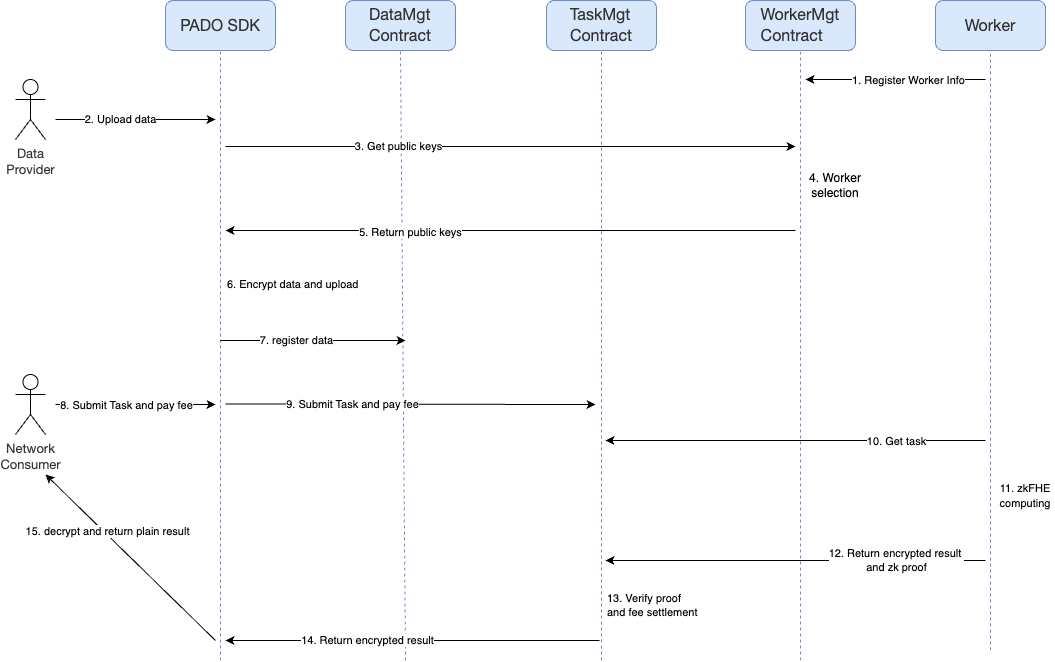
The draw.io diagram images/contracts-multiple-publickey.png in primus-labs/zkFHE-Network-Docs, before a commit. Source tidied: cells renumbered, new cells last; positions are measured from the earlier drawing's top-left corner, leaving out a move shared by most shapes.
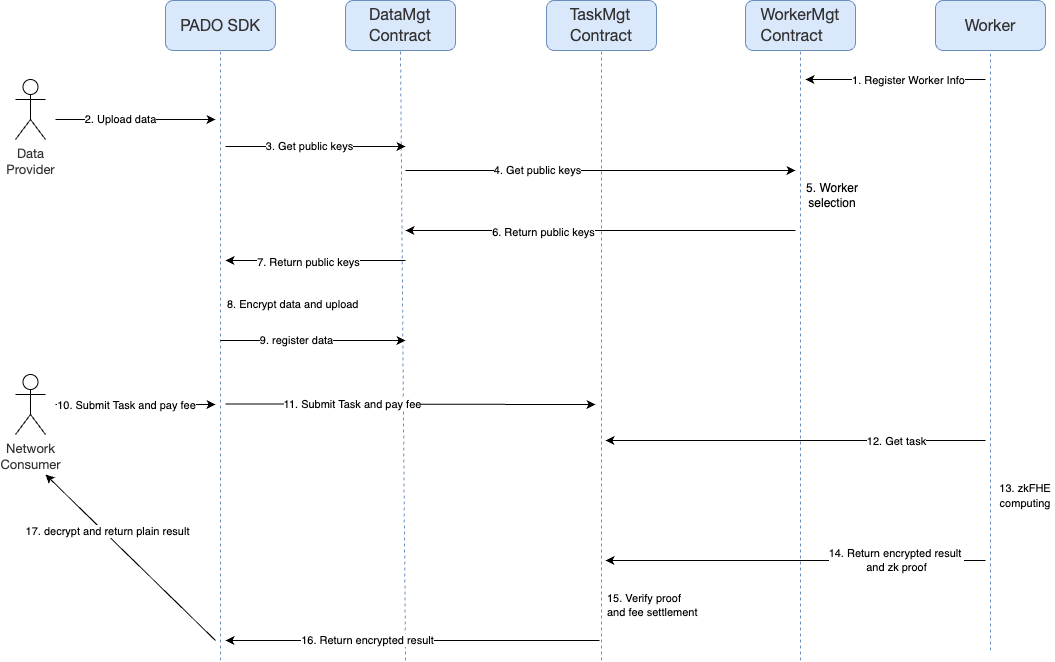
The same diagram one commit later.

Commit message:
update contract multiple publickey process

Change to the diagram source:
```diff
@@ -43,7 +43,7 @@
     <mxCell id="11" style="endArrow=classic;html=1;rounded=0;" parent="1" edge="1">
       <mxGeometry relative="1" as="geometry">
         <mxPoint x="210" y="146" as="sourcePoint" />
-        <mxPoint x="780" y="146" as="targetPoint" />
+        <mxPoint x="390" y="146" as="targetPoint" />
       </mxGeometry>
     </mxCell>
     <mxCell id="12" value="3. Get public keys" style="edgeLabel;html=1;align=center;verticalAlign=middle;" parent="11" vertex="1">
@@ -51,16 +51,16 @@
         <mxPoint x="42" as="offset" />
       </mxGeometry>
     </mxCell>
-    <mxCell id="13" value="4.&amp;nbsp;Worker selection" style="text;html=1;align=center;verticalAlign=middle;whiteSpace=wrap;rounded=0;" parent="1" vertex="1">
-      <mxGeometry x="790" y="170" width="60" height="30" as="geometry" />
+    <mxCell id="13" value="5.&amp;nbsp;Worker selection" style="text;html=1;align=center;verticalAlign=middle;whiteSpace=wrap;rounded=0;" parent="1" vertex="1">
+      <mxGeometry x="787" y="180" width="60" height="30" as="geometry" />
     </mxCell>
     <mxCell id="14" style="endArrow=classic;html=1;rounded=0;" parent="1" edge="1">
       <mxGeometry relative="1" as="geometry">
         <mxPoint x="780" y="230" as="sourcePoint" />
-        <mxPoint x="210" y="230" as="targetPoint" />
+        <mxPoint x="390" y="230" as="targetPoint" />
       </mxGeometry>
     </mxCell>
-    <mxCell id="15" value="5. Return public keys" style="edgeLabel;html=1;align=center;verticalAlign=middle;" parent="14" vertex="1">
+    <mxCell id="15" value="6. Return public keys" style="edgeLabel;html=1;align=center;verticalAlign=middle;" parent="14" vertex="1">
       <mxGeometry x="0.48" y="1" relative="1" as="geometry">
         <mxPoint x="35" as="offset" />
       </mxGeometry>
@@ -85,7 +85,7 @@
         <mxPoint x="200" y="404" as="targetPoint" />
       </mxGeometry>
     </mxCell>
-    <mxCell id="20" value="8. Submit Task and pay fee" style="edgeLabel;html=1;align=center;verticalAlign=middle;" parent="19" vertex="1">
+    <mxCell id="20" value="10. Submit Task and pay fee" style="edgeLabel;html=1;align=center;verticalAlign=middle;" parent="19" vertex="1">
       <mxGeometry x="-0.68" y="3" relative="1" as="geometry">
         <mxPoint x="44" y="3" as="offset" />
       </mxGeometry>
@@ -96,7 +96,7 @@
         <mxPoint x="580" y="404" as="targetPoint" />
       </mxGeometry>
     </mxCell>
-    <mxCell id="22" value="9. Submit Task and pay fee" style="edgeLabel;html=1;align=center;verticalAlign=middle;" parent="21" vertex="1">
+    <mxCell id="22" value="11. Submit Task and pay fee" style="edgeLabel;html=1;align=center;verticalAlign=middle;" parent="21" vertex="1">
       <mxGeometry x="-0.68" y="3" relative="1" as="geometry">
         <mxPoint x="66" y="3" as="offset" />
       </mxGeometry>
@@ -107,12 +107,12 @@
         <mxPoint x="590" y="440" as="targetPoint" />
       </mxGeometry>
     </mxCell>
-    <mxCell id="24" value="10. Get task" style="edgeLabel;html=1;align=center;verticalAlign=middle;" parent="23" vertex="1">
+    <mxCell id="24" value="12. Get task" style="edgeLabel;html=1;align=center;verticalAlign=middle;" parent="23" vertex="1">
       <mxGeometry x="0.51" relative="1" as="geometry">
         <mxPoint x="198" as="offset" />
       </mxGeometry>
     </mxCell>
-    <mxCell id="25" value="&lt;font style=&quot;font-size: 11px;&quot;&gt;11. zkFHE computing&lt;/font&gt;" style="text;html=1;align=center;verticalAlign=middle;whiteSpace=wrap;rounded=0;" parent="1" vertex="1">
+    <mxCell id="25" value="&lt;font style=&quot;font-size: 11px;&quot;&gt;13. zkFHE computing&lt;/font&gt;" style="text;html=1;align=center;verticalAlign=middle;whiteSpace=wrap;rounded=0;" parent="1" vertex="1">
       <mxGeometry x="980" y="480" width="60" height="30" as="geometry" />
     </mxCell>
     <mxCell id="26" style="endArrow=classic;html=1;rounded=0;" parent="1" edge="1">
@@ -121,7 +121,7 @@
         <mxPoint x="590" y="560" as="targetPoint" />
       </mxGeometry>
     </mxCell>
-    <mxCell id="27" value="12. Return encrypted result&amp;nbsp;&lt;div&gt;and zk proof&lt;/div&gt;" style="edgeLabel;html=1;align=center;verticalAlign=middle;" parent="26" vertex="1">
+    <mxCell id="27" value="14. Return encrypted result&amp;nbsp;&lt;div&gt;and zk proof&lt;/div&gt;" style="edgeLabel;html=1;align=center;verticalAlign=middle;" parent="26" vertex="1">
       <mxGeometry x="0.44" y="-1" relative="1" as="geometry">
         <mxPoint x="183" as="offset" />
       </mxGeometry>
@@ -132,7 +132,7 @@
         <mxPoint x="210" y="640" as="targetPoint" />
       </mxGeometry>
     </mxCell>
-    <mxCell id="29" value="14. Return encrypted result" style="edgeLabel;html=1;align=center;verticalAlign=middle;" parent="28" vertex="1">
+    <mxCell id="29" value="16. Return encrypted result" style="edgeLabel;html=1;align=center;verticalAlign=middle;" parent="28" vertex="1">
       <mxGeometry x="0.5" y="-1" relative="1" as="geometry">
         <mxPoint x="47" as="offset" />
       </mxGeometry>
@@ -143,12 +143,12 @@
         <mxPoint x="30" y="474" as="targetPoint" />
       </mxGeometry>
     </mxCell>
-    <mxCell id="31" value="15. decrypt and return plain result" style="edgeLabel;html=1;align=center;verticalAlign=middle;" parent="30" vertex="1">
+    <mxCell id="31" value="17. decrypt and return plain result" style="edgeLabel;html=1;align=center;verticalAlign=middle;" parent="30" vertex="1">
       <mxGeometry x="0.57" y="2" relative="1" as="geometry">
         <mxPoint x="27" y="20" as="offset" />
       </mxGeometry>
     </mxCell>
-    <mxCell id="32" value="13. Verify proof and&amp;nbsp;fee settlement" style="text;html=1;align=left;verticalAlign=middle;whiteSpace=wrap;rounded=0;fontSize=11;" parent="1" vertex="1">
+    <mxCell id="32" value="15. Verify proof and&amp;nbsp;fee settlement" style="text;html=1;align=left;verticalAlign=middle;whiteSpace=wrap;rounded=0;fontSize=11;" parent="1" vertex="1">
       <mxGeometry x="590" y="590" width="101" height="30" as="geometry" />
     </mxCell>
     <mxCell id="33" value="&lt;div style=&quot;orphans: 4; text-align: left;&quot;&gt;&lt;span style=&quot;background-color: initial; font-size: 16px; caret-color: rgb(51, 51, 51); white-space-collapse: preserve;&quot;&gt;&lt;font face=&quot;Open Sans, Clear Sans, Helvetica Neue, Helvetica, Arial, Segoe UI Emoji, sans-serif&quot; color=&quot;#333333&quot;&gt;WorkerMgt&lt;/font&gt;&lt;/span&gt;&lt;/div&gt;&lt;div style=&quot;orphans: 4; text-align: left;&quot;&gt;&lt;span style=&quot;background-color: initial; font-size: 16px; caret-color: rgb(51, 51, 51); white-space-collapse: preserve;&quot;&gt;&lt;font face=&quot;Open Sans, Clear Sans, Helvetica Neue, Helvetica, Arial, Segoe UI Emoji, sans-serif&quot; color=&quot;#333333&quot;&gt;Contract&lt;/font&gt;&lt;/span&gt;&lt;/div&gt;" style="rounded=1;whiteSpace=wrap;html=1;fillColor=#dae8fc;strokeColor=#6c8ebf;" parent="1" vertex="1">
@@ -167,8 +167,8 @@
         <mxPoint x="586" y="660" as="sourcePoint" />
       </mxGeometry>
     </mxCell>
-    <mxCell id="37" value="&lt;span style=&quot;color: rgb(0, 0, 0); font-family: Helvetica; font-size: 11px; font-style: normal; font-variant-ligatures: normal; font-variant-caps: normal; font-weight: 400; letter-spacing: normal; orphans: 2; text-align: center; text-indent: 0px; text-transform: none; widows: 2; word-spacing: 0px; -webkit-text-stroke-width: 0px; white-space: nowrap; background-color: rgb(255, 255, 255); text-decoration-thickness: initial; text-decoration-style: initial; text-decoration-color: initial; display: inline !important; float: none;&quot;&gt;6. Encrypt data and upload&lt;/span&gt;" style="text;whiteSpace=wrap;html=1;" parent="1" vertex="1">
-      <mxGeometry x="210" y="270" width="160" height="40" as="geometry" />
+    <mxCell id="37" value="&lt;span style=&quot;color: rgb(0, 0, 0); font-family: Helvetica; font-size: 11px; font-style: normal; font-variant-ligatures: normal; font-variant-caps: normal; font-weight: 400; letter-spacing: normal; orphans: 2; text-align: center; text-indent: 0px; text-transform: none; widows: 2; word-spacing: 0px; -webkit-text-stroke-width: 0px; white-space: nowrap; background-color: rgb(255, 255, 255); text-decoration-thickness: initial; text-decoration-style: initial; text-decoration-color: initial; display: inline !important; float: none;&quot;&gt;8. Encrypt data and upload&lt;/span&gt;" style="text;whiteSpace=wrap;html=1;" parent="1" vertex="1">
+      <mxGeometry x="210" y="290" width="160" height="40" as="geometry" />
     </mxCell>
     <mxCell id="38" style="endArrow=classic;html=1;rounded=0;" parent="1" edge="1">
       <mxGeometry relative="1" as="geometry">
@@ -176,10 +176,32 @@
         <mxPoint x="390" y="340" as="targetPoint" />
       </mxGeometry>
     </mxCell>
-    <mxCell id="39" value="7. register data" style="edgeLabel;html=1;align=center;verticalAlign=middle;" parent="38" vertex="1">
+    <mxCell id="39" value="9. register data" style="edgeLabel;html=1;align=center;verticalAlign=middle;" parent="38" vertex="1">
       <mxGeometry x="-0.85" y="1" relative="1" as="geometry">
         <mxPoint x="61" as="offset" />
       </mxGeometry>
     </mxCell>
+    <mxCell id="40" style="endArrow=classic;html=1;rounded=0;" parent="1" edge="1">
+      <mxGeometry relative="1" as="geometry">
+        <mxPoint x="390" y="170" as="sourcePoint" />
+        <mxPoint x="780" y="170" as="targetPoint" />
+      </mxGeometry>
+    </mxCell>
+    <mxCell id="41" value="4. Get public keys" style="edgeLabel;html=1;align=center;verticalAlign=middle;" parent="40" vertex="1">
+      <mxGeometry x="-0.54" y="1" relative="1" as="geometry">
+        <mxPoint x="42" as="offset" />
+      </mxGeometry>
+    </mxCell>
+    <mxCell id="42" style="endArrow=classic;html=1;rounded=0;" parent="1" edge="1">
+      <mxGeometry relative="1" as="geometry">
+        <mxPoint x="390" y="260" as="sourcePoint" />
+        <mxPoint x="210" y="260" as="targetPoint" />
+      </mxGeometry>
+    </mxCell>
+    <mxCell id="43" value="7. Return public keys" style="edgeLabel;html=1;align=center;verticalAlign=middle;" parent="42" vertex="1">
+      <mxGeometry x="0.48" y="1" relative="1" as="geometry">
+        <mxPoint x="35" as="offset" />
+      </mxGeometry>
+    </mxCell>
   </root>
 </mxGraphModel>
```
